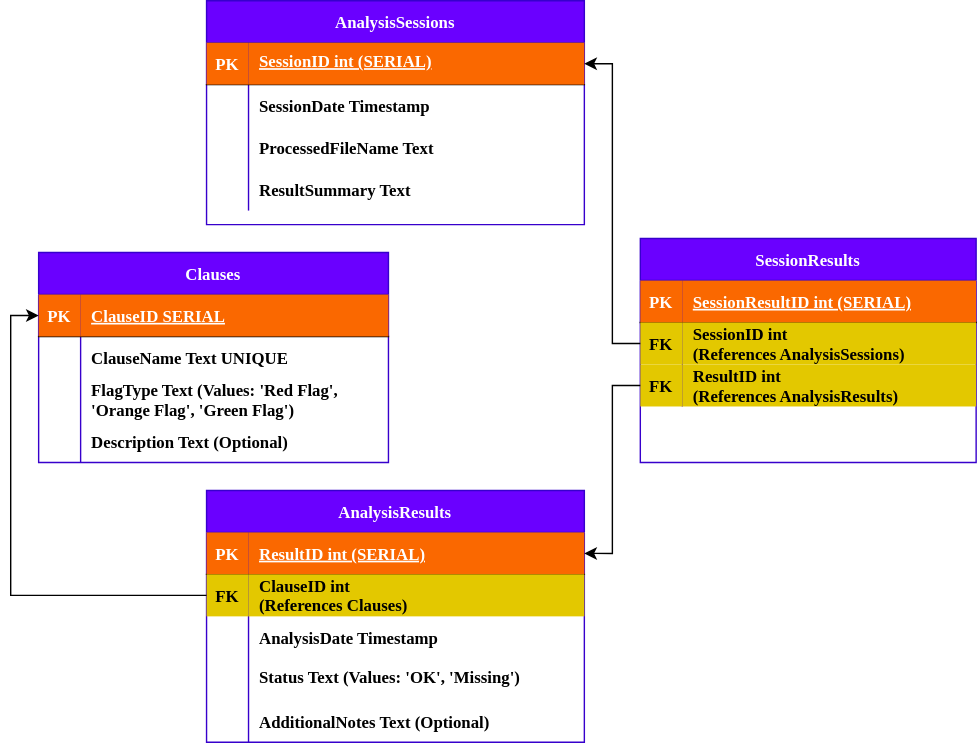
The draw.io diagram Frontend/public/Datenbankschema.svg in AyhamJo7/ContractGuardian, before a commit. Source tidied: cells renumbered, new cells last; positions are measured from the earlier drawing's top-left corner, leaving out a move shared by most shapes.
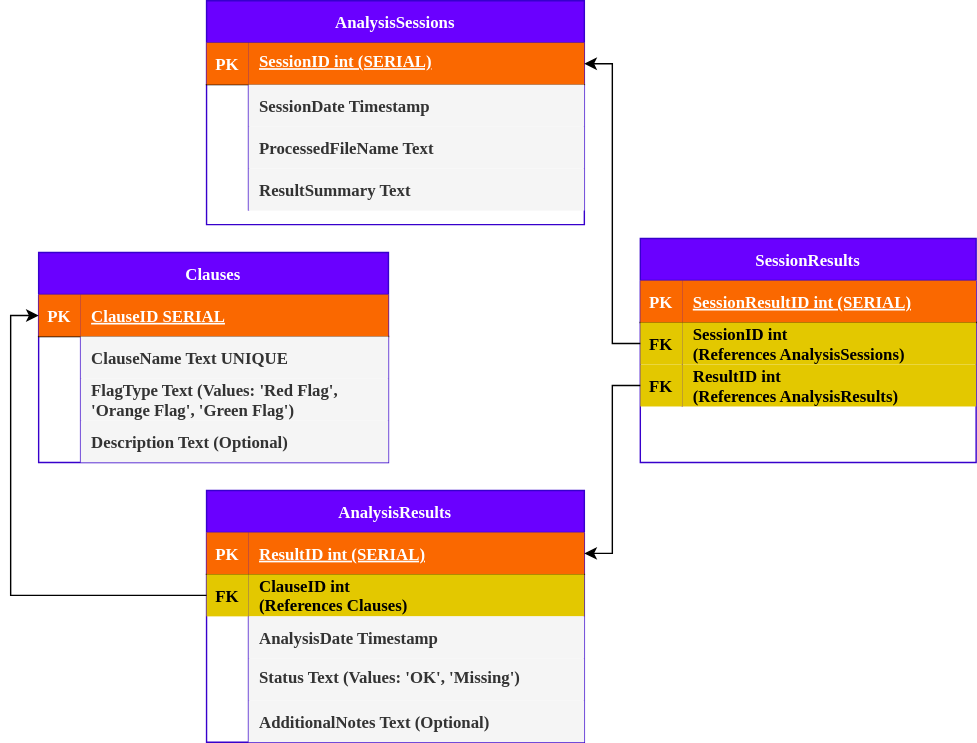
After the commit.

Change to the diagram source:
```diff
@@ -20,7 +20,7 @@
     <mxCell id="7" style="shape=partialRectangle;overflow=hidden;fillColor=none;top=0;left=0;bottom=0;right=0;fontFamily=Comic Sans MS;" parent="6" vertex="1">
       <mxGeometry width="30" height="30" as="geometry" />
     </mxCell>
-    <mxCell id="8" value="   SessionDate Timestamp" style="shape=partialRectangle;overflow=hidden;fillColor=none;top=0;left=0;bottom=0;right=0;align=left;spacingLeft=6;fontFamily=Comic Sans MS;fontStyle=1;" parent="6" vertex="1">
+    <mxCell id="8" value="   SessionDate Timestamp" style="shape=partialRectangle;overflow=hidden;fillColor=#f5f5f5;top=0;left=0;bottom=0;right=0;align=left;spacingLeft=6;fontFamily=Comic Sans MS;fontStyle=1;fontColor=#333333;strokeColor=#666666;" parent="6" vertex="1">
       <mxGeometry x="30" width="240" height="30" as="geometry" />
     </mxCell>
     <mxCell id="9" style="shape=partialRectangle;fillColor=none;top=0;left=0;right=0;bottom=0;fontFamily=Comic Sans MS;" parent="2" vertex="1">
@@ -29,7 +29,7 @@
     <mxCell id="10" style="shape=partialRectangle;overflow=hidden;fillColor=none;top=0;left=0;bottom=0;right=0;fontFamily=Comic Sans MS;" parent="9" vertex="1">
       <mxGeometry width="30" height="30" as="geometry" />
     </mxCell>
-    <mxCell id="11" value="   ProcessedFileName Text" style="shape=partialRectangle;overflow=hidden;fillColor=none;top=0;left=0;bottom=0;right=0;align=left;spacingLeft=6;fontFamily=Comic Sans MS;fontStyle=1;" parent="9" vertex="1">
+    <mxCell id="11" value="   ProcessedFileName Text" style="shape=partialRectangle;overflow=hidden;fillColor=#f5f5f5;top=0;left=0;bottom=0;right=0;align=left;spacingLeft=6;fontFamily=Comic Sans MS;fontStyle=1;fontColor=#333333;strokeColor=#666666;" parent="9" vertex="1">
       <mxGeometry x="30" width="240" height="30" as="geometry" />
     </mxCell>
     <mxCell id="12" style="shape=tableRow;horizontal=0;startSize=0;swimlaneHead=0;swimlaneBody=0;fillColor=none;top=0;left=0;right=0;bottom=0;fontFamily=Comic Sans MS;" parent="2" vertex="1">
@@ -38,7 +38,7 @@
     <mxCell id="13" style="shape=partialRectangle;fillColor=none;top=0;left=0;bottom=0;right=0;overflow=hidden;fontFamily=Comic Sans MS;" parent="12" vertex="1">
       <mxGeometry width="30" height="30" as="geometry" />
     </mxCell>
-    <mxCell id="14" value="ResultSummary Text" style="shape=partialRectangle;fillColor=none;top=0;left=0;bottom=0;right=0;align=left;spacingLeft=6;overflow=hidden;fontFamily=Comic Sans MS;fontStyle=1;" parent="12" vertex="1">
+    <mxCell id="14" value="ResultSummary Text" style="shape=partialRectangle;fillColor=#f5f5f5;top=0;left=0;bottom=0;right=0;align=left;spacingLeft=6;overflow=hidden;fontFamily=Comic Sans MS;fontStyle=1;fontColor=#333333;strokeColor=#666666;" parent="12" vertex="1">
       <mxGeometry x="30" width="240" height="30" as="geometry" />
     </mxCell>
     <mxCell id="15" value="AnalysisResults" style="shape=table;startSize=30;rowLines=0;fontStyle=1;align=center;fillColor=#6a00ff;fontColor=#ffffff;strokeColor=#3700CC;fontFamily=Comic Sans MS;" parent="1" vertex="1">
@@ -68,7 +68,7 @@
     <mxCell id="23" style="shape=partialRectangle;overflow=hidden;fillColor=none;top=0;left=0;bottom=0;right=0;fontFamily=Comic Sans MS;" parent="22" vertex="1">
       <mxGeometry width="30" height="30" as="geometry" />
     </mxCell>
-    <mxCell id="24" value="AnalysisDate Timestamp" style="shape=partialRectangle;overflow=hidden;fillColor=none;top=0;left=0;bottom=0;right=0;align=left;spacingLeft=6;fontFamily=Comic Sans MS;fontStyle=1;" parent="22" vertex="1">
+    <mxCell id="24" value="AnalysisDate Timestamp" style="shape=partialRectangle;overflow=hidden;fillColor=#f5f5f5;top=0;left=0;bottom=0;right=0;align=left;spacingLeft=6;fontFamily=Comic Sans MS;fontStyle=1;fontColor=#333333;strokeColor=#666666;" parent="22" vertex="1">
       <mxGeometry x="30" width="240" height="30" as="geometry" />
     </mxCell>
     <mxCell id="25" style="shape=tableRow;horizontal=0;startSize=0;swimlaneHead=0;swimlaneBody=0;fillColor=none;top=0;left=0;right=0;bottom=0;fontFamily=Comic Sans MS;" parent="15" vertex="1">
@@ -77,7 +77,7 @@
     <mxCell id="26" style="shape=partialRectangle;fillColor=none;top=0;left=0;bottom=0;right=0;overflow=hidden;fontFamily=Comic Sans MS;" parent="25" vertex="1">
       <mxGeometry width="30" height="30" as="geometry" />
     </mxCell>
-    <mxCell id="27" value="Status Text (Values: 'OK', 'Missing')" style="shape=partialRectangle;fillColor=none;top=0;left=0;bottom=0;right=0;align=left;spacingLeft=6;overflow=hidden;verticalAlign=top;fontFamily=Comic Sans MS;fontStyle=1;" parent="25" vertex="1">
+    <mxCell id="27" value="Status Text (Values: 'OK', 'Missing')" style="shape=partialRectangle;fillColor=#f5f5f5;top=0;left=0;bottom=0;right=0;align=left;spacingLeft=6;overflow=hidden;verticalAlign=top;fontFamily=Comic Sans MS;fontStyle=1;fontColor=#333333;strokeColor=#666666;" parent="25" vertex="1">
       <mxGeometry x="30" width="240" height="30" as="geometry" />
     </mxCell>
     <mxCell id="28" style="shape=tableRow;horizontal=0;startSize=0;swimlaneHead=0;swimlaneBody=0;fillColor=none;top=0;left=0;right=0;bottom=0;fontFamily=Comic Sans MS;" parent="15" vertex="1">
@@ -86,7 +86,7 @@
     <mxCell id="29" style="shape=partialRectangle;fillColor=none;top=0;left=0;bottom=0;right=0;overflow=hidden;fontFamily=Comic Sans MS;" parent="28" vertex="1">
       <mxGeometry width="30" height="30" as="geometry" />
     </mxCell>
-    <mxCell id="30" value=" AdditionalNotes Text (Optional)" style="shape=partialRectangle;fillColor=none;top=0;left=0;bottom=0;right=0;align=left;spacingLeft=6;overflow=hidden;fontFamily=Comic Sans MS;fontStyle=1;" parent="28" vertex="1">
+    <mxCell id="30" value=" AdditionalNotes Text (Optional)" style="shape=partialRectangle;fillColor=#f5f5f5;top=0;left=0;bottom=0;right=0;align=left;spacingLeft=6;overflow=hidden;fontFamily=Comic Sans MS;fontStyle=1;fontColor=#333333;strokeColor=#666666;" parent="28" vertex="1">
       <mxGeometry x="30" width="240" height="30" as="geometry" />
     </mxCell>
     <mxCell id="31" value="SessionResults" style="shape=table;startSize=30;rowLines=0;fontStyle=1;align=center;fillColor=#6a00ff;fontColor=#ffffff;strokeColor=#3700CC;fontFamily=Comic Sans MS;" parent="1" vertex="1">
@@ -137,7 +137,7 @@
     <mxCell id="46" style="shape=partialRectangle;overflow=hidden;fillColor=none;top=0;left=0;bottom=0;right=0;fontFamily=Comic Sans MS;" parent="45" vertex="1">
       <mxGeometry width="30" height="30" as="geometry" />
     </mxCell>
-    <mxCell id="47" value="   ClauseName Text UNIQUE" style="shape=partialRectangle;overflow=hidden;fillColor=none;top=0;left=0;bottom=0;right=0;align=left;spacingLeft=6;fontFamily=Comic Sans MS;fontStyle=1;" parent="45" vertex="1">
+    <mxCell id="47" value="   ClauseName Text UNIQUE" style="shape=partialRectangle;overflow=hidden;fillColor=#f5f5f5;top=0;left=0;bottom=0;right=0;align=left;spacingLeft=6;fontFamily=Comic Sans MS;fontStyle=1;fontColor=#333333;strokeColor=#666666;" parent="45" vertex="1">
       <mxGeometry x="30" width="220" height="30" as="geometry" />
     </mxCell>
     <mxCell id="48" style="shape=partialRectangle;fillColor=none;top=0;left=0;right=0;bottom=0;fontFamily=Comic Sans MS;" parent="41" vertex="1">
@@ -146,7 +146,7 @@
     <mxCell id="49" style="shape=partialRectangle;overflow=hidden;fillColor=none;top=0;left=0;bottom=0;right=0;fontFamily=Comic Sans MS;" parent="48" vertex="1">
       <mxGeometry width="30" height="30" as="geometry" />
     </mxCell>
-    <mxCell id="50" value="   FlagType Text (Values: 'Red Flag', &#10;'Orange Flag', 'Green Flag')" style="shape=partialRectangle;overflow=hidden;fillColor=none;top=0;left=0;bottom=0;right=0;align=left;spacingLeft=6;fontFamily=Comic Sans MS;fontStyle=1;" parent="48" vertex="1">
+    <mxCell id="50" value="   FlagType Text (Values: 'Red Flag', &#10;'Orange Flag', 'Green Flag')" style="shape=partialRectangle;overflow=hidden;fillColor=#f5f5f5;top=0;left=0;bottom=0;right=0;align=left;spacingLeft=6;fontFamily=Comic Sans MS;fontStyle=1;fontColor=#333333;strokeColor=#666666;" parent="48" vertex="1">
       <mxGeometry x="30" width="220" height="30" as="geometry" />
     </mxCell>
     <mxCell id="51" style="shape=tableRow;horizontal=0;startSize=0;swimlaneHead=0;swimlaneBody=0;fillColor=none;top=0;left=0;right=0;bottom=0;fontFamily=Comic Sans MS;" parent="41" vertex="1">
@@ -155,7 +155,7 @@
     <mxCell id="52" style="shape=partialRectangle;fillColor=none;top=0;left=0;bottom=0;right=0;overflow=hidden;fontFamily=Comic Sans MS;" parent="51" vertex="1">
       <mxGeometry width="30" height="30" as="geometry" />
     </mxCell>
-    <mxCell id="53" value="Description Text (Optional)" style="shape=partialRectangle;fillColor=none;top=0;left=0;bottom=0;right=0;align=left;spacingLeft=6;overflow=hidden;fontFamily=Comic Sans MS;fontStyle=1;" parent="51" vertex="1">
+    <mxCell id="53" value="Description Text (Optional)" style="shape=partialRectangle;fillColor=#f5f5f5;top=0;left=0;bottom=0;right=0;align=left;spacingLeft=6;overflow=hidden;fontFamily=Comic Sans MS;fontStyle=1;fontColor=#333333;strokeColor=#666666;" parent="51" vertex="1">
       <mxGeometry x="30" width="220" height="30" as="geometry" />
     </mxCell>
     <mxCell id="54" style="edgeStyle=orthogonalEdgeStyle;rounded=0;jettySize=auto;html=1;exitX=0;exitY=0.5;exitDx=0;exitDy=0;entryX=0;entryY=0.5;entryDx=0;entryDy=0;fontFamily=Comic Sans MS;" parent="1" edge="1" source="19" target="42">
```
